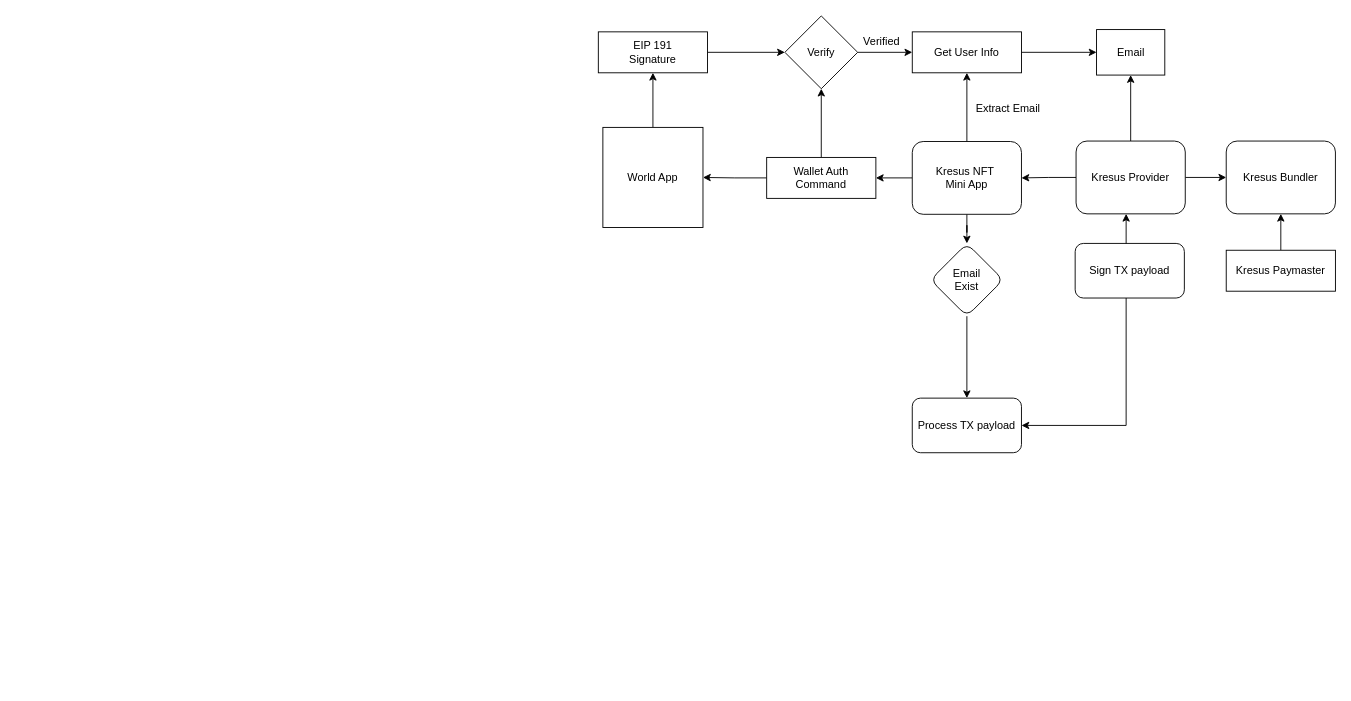
Before: WorldIDXKresusNFT.drawio in ali-05-ahmed/Concept-Diagrams, a draw.io diagram. Source tidied: cells renumbered, new cells numbered last; positions are measured from the earlier drawing's top-left corner, leaving out a move shared by most shapes. Both pictures are drawn from the tidied source at 91%, with x=0, y=0 at pixel (598, 15).
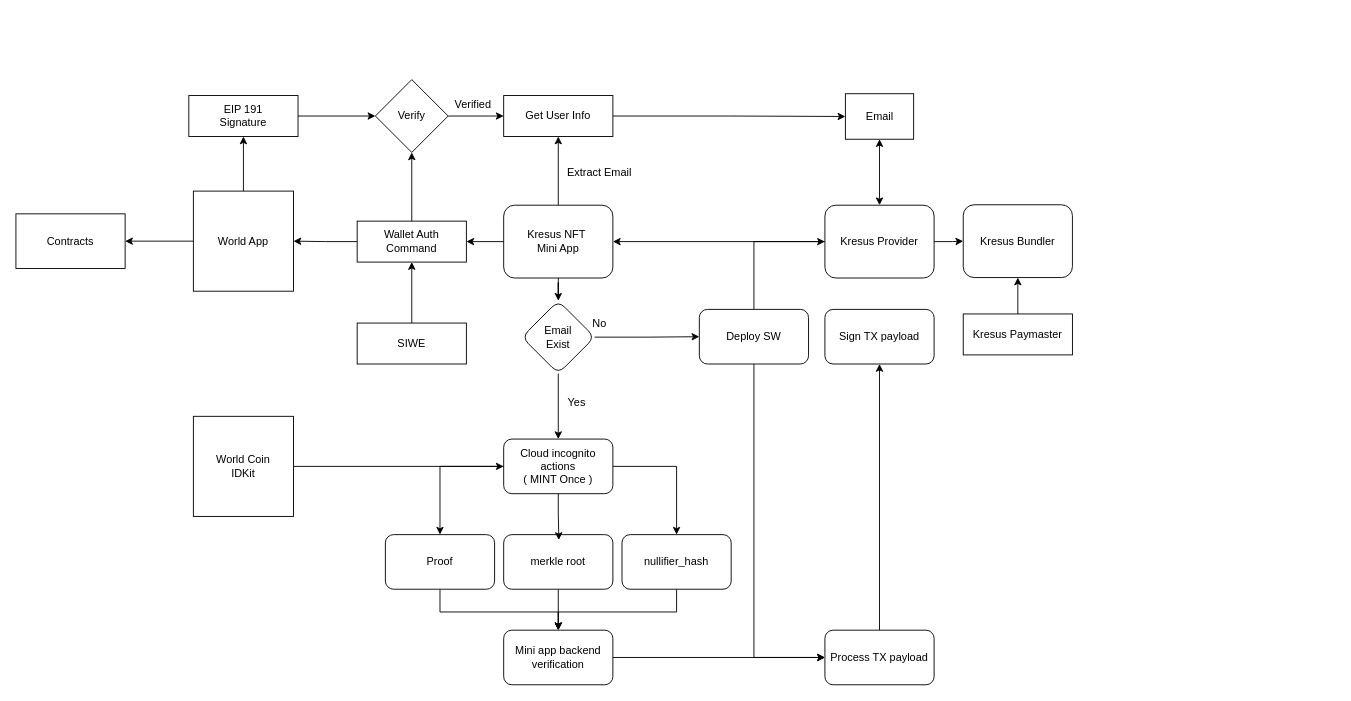
The same page after the edit.

The edit, as a diff of the source:
```diff
@@
+    <mxCell id="32" style="edgeStyle=orthogonalEdgeStyle;rounded=0;jettySize=auto;html=1;" parent="1" edge="1" source="3" target="43">
+      <mxGeometry relative="1" as="geometry" />
+    </mxCell>
     <mxCell id="3" value="World App" style="whiteSpace=wrap;html=1;" parent="1" vertex="1">
-      <mxGeometry x="5" y="122.5" width="110" height="110" as="geometry" />
+      <mxGeometry x="-445" y="192.5" width="110" height="110" as="geometry" />
     </mxCell>
@@
     <mxCell id="7" value="Kresus NFT&amp;nbsp;&lt;div&gt;Mini App&lt;/div&gt;" style="rounded=1;whiteSpace=wrap;html=1;" parent="1" vertex="1">
-      <mxGeometry x="345" y="138" width="120" height="80" as="geometry" />
+      <mxGeometry x="-104" y="208" width="120" height="80" as="geometry" />
     </mxCell>
@@
     <mxCell id="10" value="Wallet Auth&lt;br&gt;Command" style="rounded=0;whiteSpace=wrap;html=1;" parent="1" vertex="1">
-      <mxGeometry x="185" y="155.5" width="120" height="45" as="geometry" />
+      <mxGeometry x="-265" y="225.5" width="120" height="45" as="geometry" />
     </mxCell>
@@
     <mxCell id="12" value="Verify" style="rhombus;whiteSpace=wrap;html=1;rounded=0;" parent="1" vertex="1">
-      <mxGeometry x="205" width="80" height="80" as="geometry" />
+      <mxGeometry x="-245" y="70" width="80" height="80" as="geometry" />
     </mxCell>
@@
     <mxCell id="14" value="EIP 191&lt;br&gt;Signature" style="rounded=0;whiteSpace=wrap;html=1;" parent="1" vertex="1">
-      <mxGeometry y="17.5" width="120" height="45" as="geometry" />
+      <mxGeometry x="-450" y="87.5" width="120" height="45" as="geometry" />
     </mxCell>
@@
     <mxCell id="16" value="Get User Info" style="rounded=0;whiteSpace=wrap;html=1;" parent="1" vertex="1">
-      <mxGeometry x="345" y="17.5" width="120" height="45" as="geometry" />
+      <mxGeometry x="-104" y="87.5" width="120" height="45" as="geometry" />
     </mxCell>
     <mxCell id="17" value="Email" style="html=1;whiteSpace=wrap;" parent="1" vertex="1">
-      <mxGeometry x="547.5" y="15" width="75" height="50" as="geometry" />
+      <mxGeometry x="271.5" y="85.5" width="75" height="50" as="geometry" />
     </mxCell>
     <mxCell id="18" value="Extract Email" style="text;html=1;align=center;verticalAlign=middle;strokeColor=none;fillColor=none;" parent="1" vertex="1">
-      <mxGeometry x="405" y="87" width="90" height="30" as="geometry" />
+      <mxGeometry x="-44" y="157" width="90" height="30" as="geometry" />
     </mxCell>
@@
-    <mxCell id="20" style="edgeStyle=orthogonalEdgeStyle;rounded=0;jettySize=auto;html=1;entryX=0.5;entryY=1;entryDx=0;entryDy=0;" parent="1" edge="1" source="23" target="17">
+    <mxCell id="20" style="edgeStyle=orthogonalEdgeStyle;rounded=0;jettySize=auto;html=1;entryX=0.5;entryY=1;entryDx=0;entryDy=0;startArrow=classic;startFill=1;" parent="1" edge="1" source="23" target="17">
       <mxGeometry relative="1" as="geometry" />
     </mxCell>
-    <mxCell id="21" style="edgeStyle=orthogonalEdgeStyle;rounded=0;jettySize=auto;html=1;entryX=1;entryY=0.5;entryDx=0;entryDy=0;startArrow=classic;startFill=1;" parent="1" edge="1" source="23" target="27">
-      <mxGeometry relative="1" as="geometry">
-        <Array as="points">
-          <mxPoint x="580" y="450" />
-        </Array>
-      </mxGeometry>
-    </mxCell>
@@
     <mxCell id="23" value="Kresus Provider" style="rounded=1;whiteSpace=wrap;html=1;" parent="1" vertex="1">
-      <mxGeometry x="525" y="137.5" width="120" height="80" as="geometry" />
+      <mxGeometry x="249" y="208" width="120" height="80" as="geometry" />
     </mxCell>
     <mxCell id="24" value="Verified" style="text;html=1;align=center;verticalAlign=middle;strokeColor=none;fillColor=none;" parent="1" vertex="1">
-      <mxGeometry x="281" y="13" width="60" height="30" as="geometry" />
+      <mxGeometry x="-168" y="83" width="60" height="30" as="geometry" />
     </mxCell>
-    <mxCell id="25" style="edgeStyle=orthogonalEdgeStyle;rounded=0;jettySize=auto;html=1;" parent="1" edge="1" source="26" target="27">
-      <mxGeometry relative="1" as="geometry" />
-    </mxCell>
+    <mxCell id="33" style="edgeStyle=orthogonalEdgeStyle;rounded=0;jettySize=auto;html=1;" parent="1" edge="1" source="26" target="40">
+      <mxGeometry relative="1" as="geometry" />
+    </mxCell>
+    <mxCell id="34" style="edgeStyle=orthogonalEdgeStyle;rounded=0;jettySize=auto;html=1;" parent="1" edge="1" source="26" target="46">
+      <mxGeometry relative="1" as="geometry" />
+    </mxCell>
     <mxCell id="26" value="Email&lt;br&gt;Exist" style="rhombus;whiteSpace=wrap;html=1;rounded=1;" parent="1" vertex="1">
-      <mxGeometry x="365" y="250" width="80" height="80" as="geometry" />
+      <mxGeometry x="-84" y="313" width="80" height="80" as="geometry" />
     </mxCell>
+    <mxCell id="35" style="edgeStyle=orthogonalEdgeStyle;rounded=0;jettySize=auto;html=1;entryX=0.5;entryY=1;entryDx=0;entryDy=0;" parent="1" edge="1" source="27" target="29">
+      <mxGeometry relative="1" as="geometry" />
+    </mxCell>
     <mxCell id="27" value="Process TX payload" style="rounded=1;whiteSpace=wrap;html=1;" parent="1" vertex="1">
-      <mxGeometry x="345" y="420" width="120" height="60" as="geometry" />
+      <mxGeometry x="249" y="675" width="120" height="60" as="geometry" />
     </mxCell>
     <mxCell id="28" value="Kresus Bundler" style="rounded=1;whiteSpace=wrap;html=1;" parent="1" vertex="1">
-      <mxGeometry x="690" y="137.5" width="120" height="80" as="geometry" />
+      <mxGeometry x="401" y="207.5" width="120" height="80" as="geometry" />
     </mxCell>
     <mxCell id="29" value="Sign TX payload" style="rounded=1;whiteSpace=wrap;html=1;" parent="1" vertex="1">
-      <mxGeometry x="524" y="250" width="120" height="60" as="geometry" />
+      <mxGeometry x="249" y="322.5" width="120" height="60" as="geometry" />
     </mxCell>
@@
     <mxCell id="31" value="Kresus Paymaster" style="rounded=0;whiteSpace=wrap;html=1;" parent="1" vertex="1">
-      <mxGeometry x="690" y="257.5" width="120" height="45" as="geometry" />
+      <mxGeometry x="401" y="327.5" width="120" height="45" as="geometry" />
     </mxCell>
+    <mxCell id="36" style="edgeStyle=orthogonalEdgeStyle;rounded=0;jettySize=auto;html=1;" parent="1" edge="1" source="37" target="10">
+      <mxGeometry relative="1" as="geometry" />
+    </mxCell>
+    <mxCell id="37" value="SIWE" style="rounded=0;whiteSpace=wrap;html=1;" parent="1" vertex="1">
+      <mxGeometry x="-265" y="337.5" width="120" height="45" as="geometry" />
+    </mxCell>
+    <mxCell id="38" style="edgeStyle=orthogonalEdgeStyle;rounded=0;jettySize=auto;html=1;entryX=0;entryY=0.5;entryDx=0;entryDy=0;" parent="1" edge="1" source="40" target="23">
+      <mxGeometry relative="1" as="geometry">
+        <Array as="points">
+          <mxPoint x="171" y="248" />
+        </Array>
+      </mxGeometry>
+    </mxCell>
+    <mxCell id="39" style="edgeStyle=orthogonalEdgeStyle;rounded=0;jettySize=auto;html=1;entryX=0;entryY=0.5;entryDx=0;entryDy=0;" parent="1" edge="1" source="40" target="27">
+      <mxGeometry relative="1" as="geometry">
+        <Array as="points">
+          <mxPoint x="171" y="705" />
+        </Array>
+      </mxGeometry>
+    </mxCell>
+    <mxCell id="40" value="Deploy SW" style="whiteSpace=wrap;html=1;rounded=1;" parent="1" vertex="1">
+      <mxGeometry x="111" y="322.5" width="120" height="60" as="geometry" />
+    </mxCell>
+    <mxCell id="41" value="No" style="text;html=1;align=center;verticalAlign=middle;strokeColor=none;fillColor=none;" parent="1" vertex="1">
+      <mxGeometry x="-19" y="322.5" width="40" height="30" as="geometry" />
+    </mxCell>
+    <mxCell id="42" value="Yes" style="text;html=1;align=center;verticalAlign=middle;strokeColor=none;fillColor=none;" parent="1" vertex="1">
+      <mxGeometry x="-44" y="410" width="40" height="30" as="geometry" />
+    </mxCell>
+    <mxCell id="43" value="Contracts" style="whiteSpace=wrap;html=1;" parent="1" vertex="1">
+      <mxGeometry x="-640" y="217.5" width="120" height="60" as="geometry" />
+    </mxCell>
+    <mxCell id="44" style="edgeStyle=orthogonalEdgeStyle;rounded=0;jettySize=auto;html=1;" parent="1" edge="1" source="46" target="50">
+      <mxGeometry relative="1" as="geometry" />
+    </mxCell>
+    <mxCell id="45" style="edgeStyle=orthogonalEdgeStyle;rounded=0;jettySize=auto;html=1;" parent="1" edge="1" source="46" target="48">
+      <mxGeometry relative="1" as="geometry" />
+    </mxCell>
+    <mxCell id="46" value="Cloud incognito actions&lt;br&gt;( MINT Once )" style="rounded=1;whiteSpace=wrap;html=1;" parent="1" vertex="1">
+      <mxGeometry x="-104" y="465" width="120" height="60" as="geometry" />
+    </mxCell>
+    <mxCell id="47" style="edgeStyle=orthogonalEdgeStyle;rounded=0;jettySize=auto;html=1;entryX=0.5;entryY=0;entryDx=0;entryDy=0;" parent="1" edge="1" source="48" target="55">
+      <mxGeometry relative="1" as="geometry">
+        <Array as="points">
+          <mxPoint x="86" y="655" />
+          <mxPoint x="-44" y="655" />
+        </Array>
+      </mxGeometry>
+    </mxCell>
+    <mxCell id="48" value="nullifier_hash" style="rounded=1;whiteSpace=wrap;html=1;" parent="1" vertex="1">
+      <mxGeometry x="26" y="570" width="120" height="60" as="geometry" />
+    </mxCell>
+    <mxCell id="49" style="edgeStyle=orthogonalEdgeStyle;rounded=0;jettySize=auto;html=1;entryX=0.5;entryY=0;entryDx=0;entryDy=0;" parent="1" edge="1" source="50" target="55">
+      <mxGeometry relative="1" as="geometry">
+        <Array as="points">
+          <mxPoint x="-174" y="655" />
+          <mxPoint x="-44" y="655" />
+        </Array>
+      </mxGeometry>
+    </mxCell>
+    <mxCell id="50" value="Proof" style="rounded=1;whiteSpace=wrap;html=1;" parent="1" vertex="1">
+      <mxGeometry x="-234" y="570" width="120" height="60" as="geometry" />
+    </mxCell>
+    <mxCell id="51" style="edgeStyle=orthogonalEdgeStyle;rounded=0;jettySize=auto;html=1;" parent="1" edge="1" source="52" target="55">
+      <mxGeometry relative="1" as="geometry" />
+    </mxCell>
+    <mxCell id="52" value="merkle root" style="rounded=1;whiteSpace=wrap;html=1;" parent="1" vertex="1">
+      <mxGeometry x="-104" y="570" width="120" height="60" as="geometry" />
+    </mxCell>
+    <mxCell id="53" style="edgeStyle=orthogonalEdgeStyle;rounded=0;jettySize=auto;html=1;entryX=0.505;entryY=0.098;entryDx=0;entryDy=0;entryPerimeter=0;" parent="1" edge="1" source="46" target="52">
+      <mxGeometry relative="1" as="geometry" />
+    </mxCell>
+    <mxCell id="54" style="edgeStyle=orthogonalEdgeStyle;rounded=0;jettySize=auto;html=1;" parent="1" edge="1" source="55" target="27">
+      <mxGeometry relative="1" as="geometry" />
+    </mxCell>
+    <mxCell id="55" value="Mini app backend verification" style="rounded=1;whiteSpace=wrap;html=1;" parent="1" vertex="1">
+      <mxGeometry x="-104" y="675" width="120" height="60" as="geometry" />
+    </mxCell>
+    <mxCell id="56" style="edgeStyle=orthogonalEdgeStyle;rounded=0;jettySize=auto;html=1;" parent="1" edge="1" source="57" target="46">
+      <mxGeometry relative="1" as="geometry" />
+    </mxCell>
+    <mxCell id="57" value="World Coin&lt;br&gt;IDKit" style="whiteSpace=wrap;html=1;" parent="1" vertex="1">
+      <mxGeometry x="-445" y="440" width="110" height="110" as="geometry" />
+    </mxCell>
```
